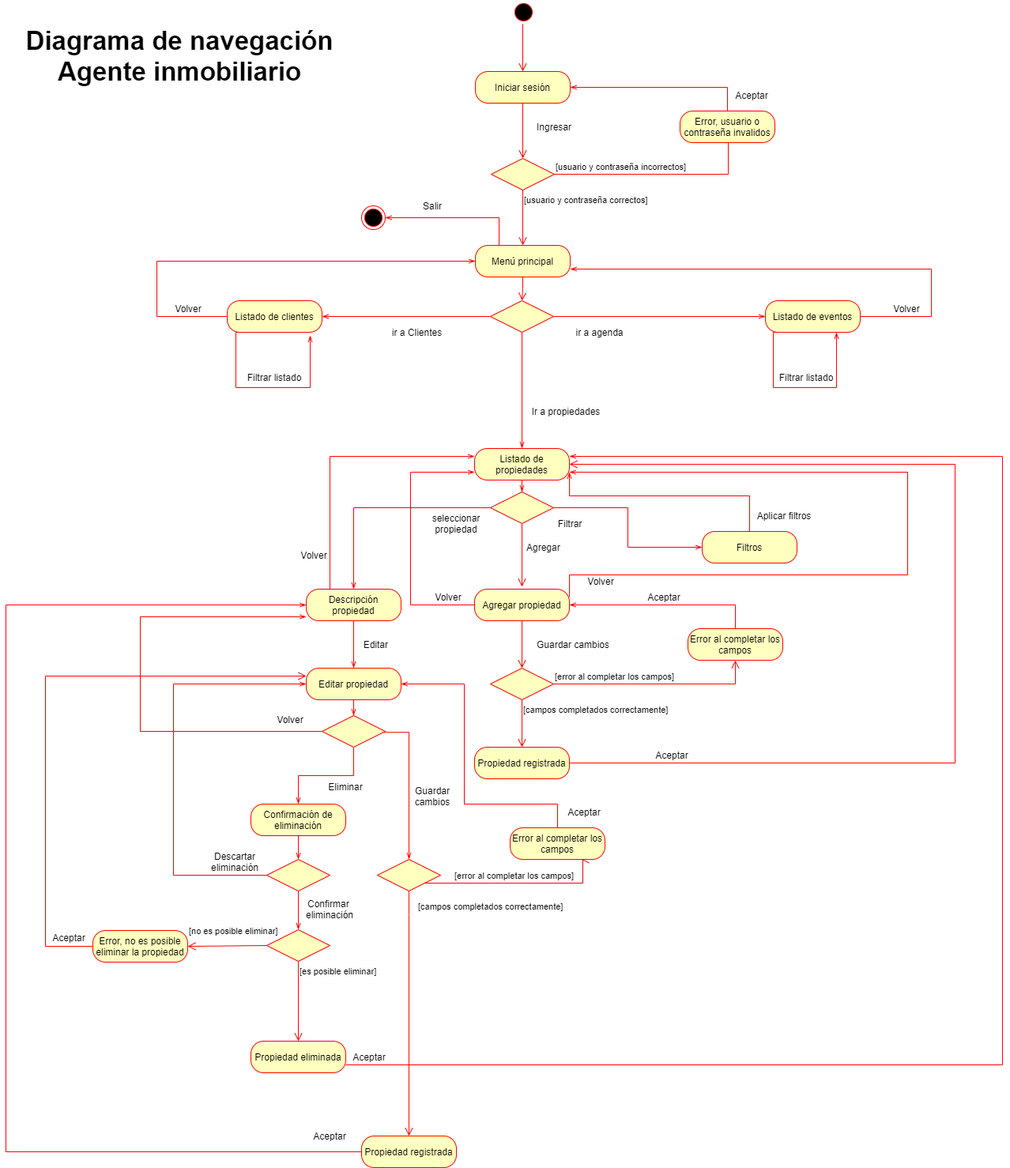
Before: Diagramas_de_navegación/DN_Agente_inmobiliario.png, a diagram exported from draw.io (gasteac/TPI-Diseno-2021). Source tidied: cells renumbered, new cells last; positions are measured from the earlier drawing's top-left corner, leaving out a move shared by most shapes.
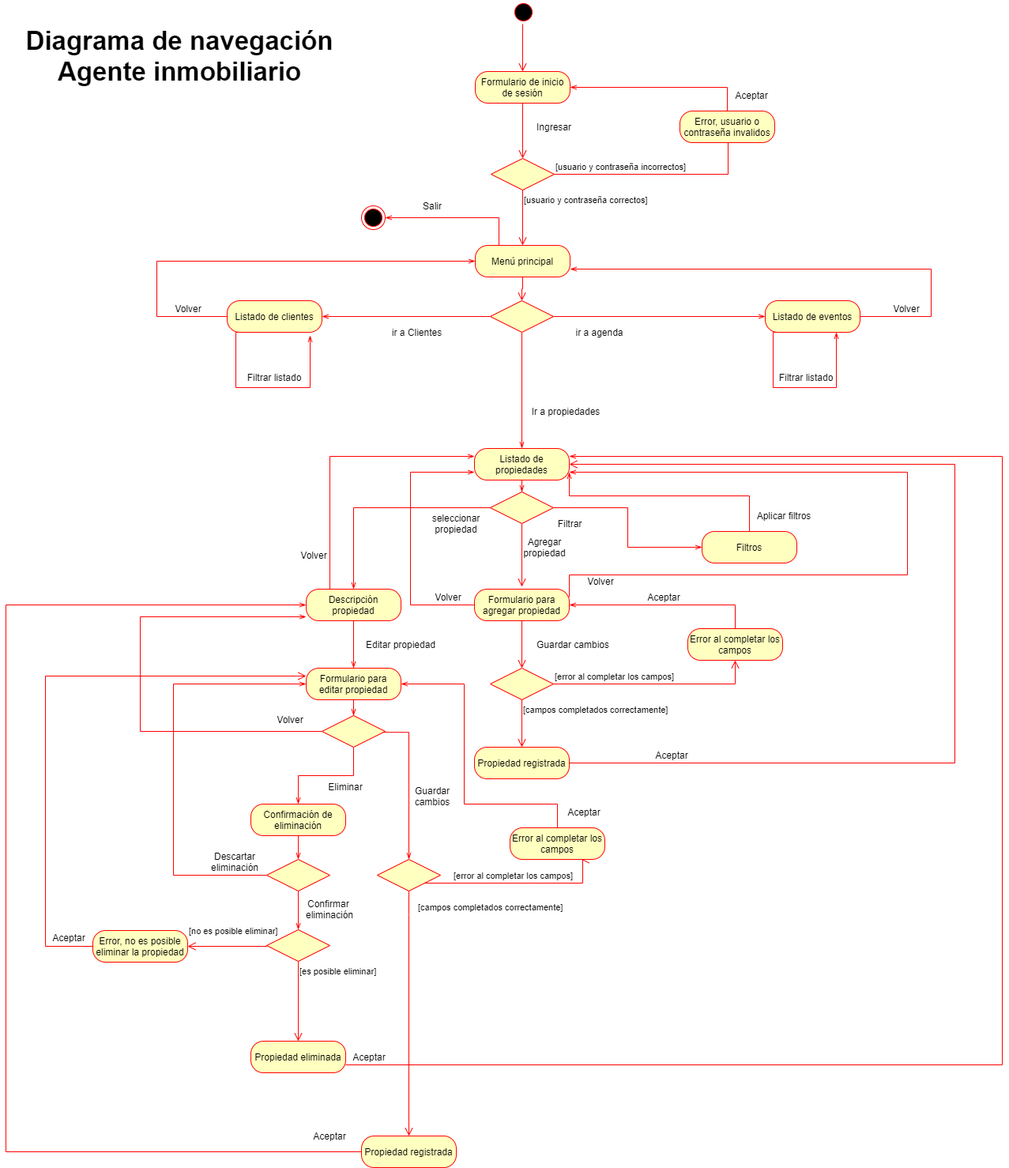
After the commit.

Commit message:
agregue el diagrama de navegación de clientes

Diff of the diagram source:
```diff
@@ -11,7 +11,7 @@
         <mxPoint x="654" y="90" as="targetPoint" />
       </mxGeometry>
     </mxCell>
-    <mxCell id="4" value="Iniciar sesión" style="rounded=1;whiteSpace=wrap;html=1;arcSize=40;fontColor=#000000;fillColor=#ffffc0;strokeColor=#ff0000;" parent="1" vertex="1">
+    <mxCell id="4" value="Formulario de inicio de sesión" style="rounded=1;whiteSpace=wrap;html=1;arcSize=40;fontColor=#000000;fillColor=#ffffc0;strokeColor=#ff0000;" parent="1" vertex="1">
       <mxGeometry x="594" y="90" width="120" height="40" as="geometry" />
     </mxCell>
     <mxCell id="5" style="edgeStyle=orthogonalEdgeStyle;html=1;verticalAlign=bottom;endArrow=open;endSize=8;strokeColor=#ff0000;rounded=0;entryX=0.5;entryY=0;entryDx=0;entryDy=0;" parent="1" edge="1" source="4" target="14">
@@ -39,7 +39,7 @@
     <mxCell id="11" style="edgeStyle=orthogonalEdgeStyle;rounded=0;jettySize=auto;html=1;exitX=0.5;exitY=1;exitDx=0;exitDy=0;endArrow=openThin;endFill=0;strokeColor=#FF0000;" parent="1" edge="1" source="12" target="93">
       <mxGeometry relative="1" as="geometry" />
     </mxCell>
-    <mxCell id="12" value="Editar propiedad" style="rounded=1;whiteSpace=wrap;html=1;arcSize=40;fontColor=#000000;fillColor=#ffffc0;strokeColor=#ff0000;" parent="1" vertex="1">
+    <mxCell id="12" value="Formulario para editar propiedad" style="rounded=1;whiteSpace=wrap;html=1;arcSize=40;fontColor=#000000;fillColor=#ffffc0;strokeColor=#ff0000;" parent="1" vertex="1">
       <mxGeometry x="380" y="845" width="120" height="40" as="geometry" />
     </mxCell>
     <mxCell id="13" value="Ingresar" style="text;html=1;strokeColor=none;fillColor=none;align=center;verticalAlign=middle;whiteSpace=wrap;rounded=0;" parent="1" vertex="1">
@@ -71,7 +71,7 @@
     <mxCell id="20" value="Ir a propiedades" style="text;html=1;strokeColor=none;fillColor=none;align=center;verticalAlign=middle;whiteSpace=wrap;rounded=0;" parent="1" vertex="1">
       <mxGeometry x="660" y="510" width="98" height="20" as="geometry" />
     </mxCell>
-    <mxCell id="21" value="Agregar&amp;nbsp;" style="text;html=1;strokeColor=none;fillColor=none;align=center;verticalAlign=middle;whiteSpace=wrap;rounded=0;" parent="1" vertex="1">
+    <mxCell id="21" value="Agregar propiedad" style="text;html=1;strokeColor=none;fillColor=none;align=center;verticalAlign=middle;whiteSpace=wrap;rounded=0;" parent="1" vertex="1">
       <mxGeometry x="652" y="682" width="60" height="20" as="geometry" />
     </mxCell>
     <mxCell id="22" style="edgeStyle=orthogonalEdgeStyle;rounded=0;jettySize=auto;html=1;exitX=1;exitY=0.25;exitDx=0;exitDy=0;endArrow=openThin;endFill=0;strokeColor=#FF0000;entryX=1;entryY=0.75;entryDx=0;entryDy=0;" parent="1" edge="1" source="24" target="7">
@@ -91,7 +91,7 @@
         </Array>
       </mxGeometry>
     </mxCell>
-    <mxCell id="24" value="Agregar propiedad" style="rounded=1;whiteSpace=wrap;html=1;arcSize=40;fontColor=#000000;fillColor=#ffffc0;strokeColor=#ff0000;" parent="1" vertex="1">
+    <mxCell id="24" value="Formulario para agregar propiedad" style="rounded=1;whiteSpace=wrap;html=1;arcSize=40;fontColor=#000000;fillColor=#ffffc0;strokeColor=#ff0000;" parent="1" vertex="1">
       <mxGeometry x="593" y="745" width="120" height="40" as="geometry" />
     </mxCell>
     <mxCell id="25" style="edgeStyle=orthogonalEdgeStyle;html=1;verticalAlign=bottom;endArrow=open;endSize=8;strokeColor=#ff0000;rounded=0;" parent="1" edge="1" source="24">
@@ -165,8 +165,8 @@
     <mxCell id="40" value="Volver" style="text;html=1;strokeColor=none;fillColor=none;align=center;verticalAlign=middle;whiteSpace=wrap;rounded=0;" parent="1" vertex="1">
       <mxGeometry x="370" y="692" width="40" height="20" as="geometry" />
     </mxCell>
-    <mxCell id="41" value="Editar&amp;nbsp;" style="text;html=1;strokeColor=none;fillColor=none;align=center;verticalAlign=middle;whiteSpace=wrap;rounded=0;" parent="1" vertex="1">
-      <mxGeometry x="450" y="805" width="40" height="20" as="geometry" />
+    <mxCell id="41" value="Editar propiedad" style="text;html=1;strokeColor=none;fillColor=none;align=center;verticalAlign=middle;whiteSpace=wrap;rounded=0;" parent="1" vertex="1">
+      <mxGeometry x="450" y="805" width="100" height="20" as="geometry" />
     </mxCell>
     <mxCell id="42" style="edgeStyle=orthogonalEdgeStyle;rounded=0;jettySize=auto;html=1;endArrow=openThin;endFill=0;strokeColor=#FF0000;exitX=0.942;exitY=0.529;exitDx=0;exitDy=0;exitPerimeter=0;" parent="1" edge="1" source="93" target="45">
       <mxGeometry relative="1" as="geometry">
```
